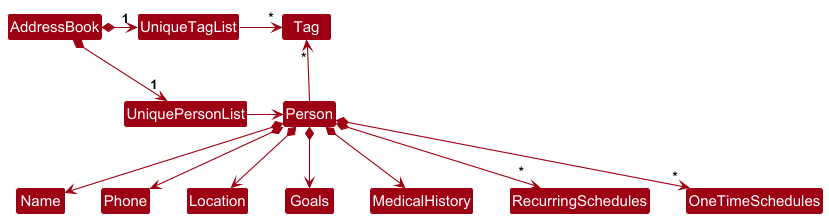
Earlier version of the PlantUML export docs/images/BetterModelClassDiagram.png (AY2425S2-CS2103T-T13-1/tp). Its diagram source:
```plantuml
@startuml
!include style.puml
skinparam arrowThickness 1.1
skinparam arrowColor MODEL_COLOR
skinparam classBackgroundColor MODEL_COLOR

AddressBook *-right-> "1" UniquePersonList
AddressBook *-right-> "1" UniqueTagList
UniqueTagList -[hidden]down- UniquePersonList
UniqueTagList -[hidden]down- UniquePersonList

UniqueTagList -right-> "*" Tag
UniquePersonList -right-> Person

Person -up-> "*" Tag

Person *--> Name
Person *--> Phone
Person *--> Location
Person *--> Goals
Person *--> MedicalHistory
Person *--> "*" RecurringSchedules
Person *--> "*" OneTimeSchedules
@enduml
```
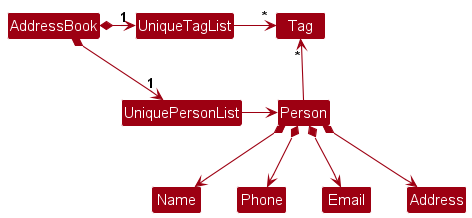
After the change.

Commit message:
Revert "Update model UML"

What changed in the source:
```diff
@@ -16,9 +16,6 @@
 
 Person *--> Name
 Person *--> Phone
-Person *--> Location
-Person *--> Goals
-Person *--> MedicalHistory
-Person *--> "*" RecurringSchedules
-Person *--> "*" OneTimeSchedules
+Person *--> Email
+Person *--> Address
 @enduml
```
